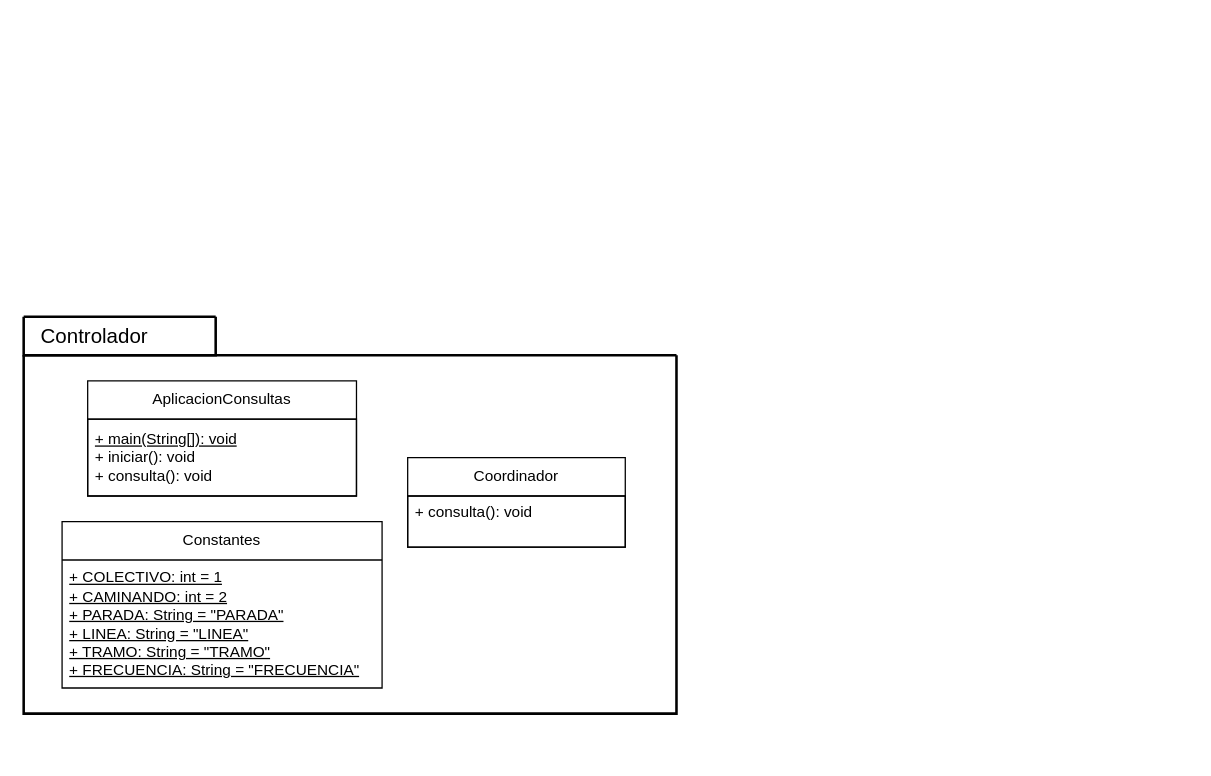
The draw.io diagram src/colectivo/doc/uml/drawio/colectivo.controlador.drawio in AverageZeko/POO-colectivos, before the edit. Source tidied: cells renumbered, new cells numbered last; positions are measured from the earlier drawing's top-left corner, leaving out a move shared by most shapes. Both pictures are drawn from the tidied source at 128%, with x=0, y=0 at pixel (23, 316).
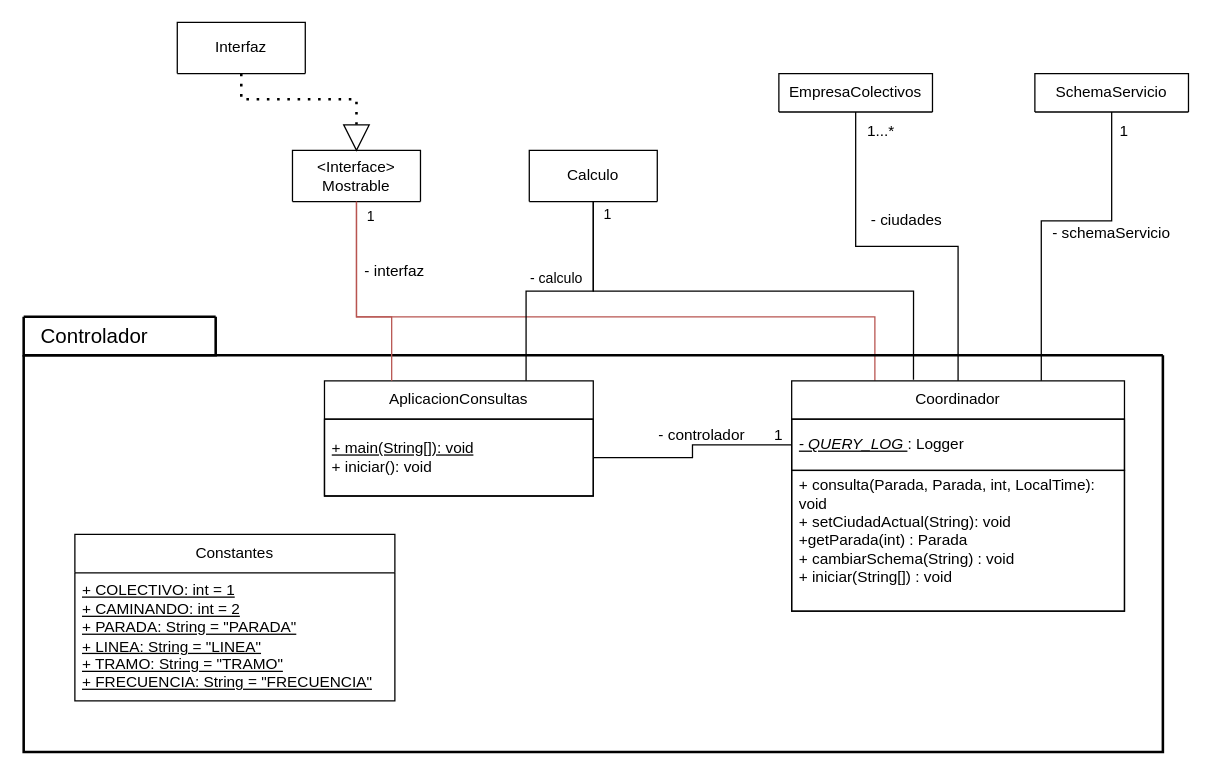
The same page after the edit.

The edit, as a diff of the source:
```diff
@@
+    <mxCell id="11" style="endArrow=none;html=1;rounded=0;entryX=0.5;entryY=1;entryDx=0;entryDy=0;exitX=0.25;exitY=0;exitDx=0;exitDy=0;edgeStyle=orthogonalEdgeStyle;fillColor=#f8cecc;strokeColor=#b85450;" parent="1" edge="1" source="7" target="16">
+      <mxGeometry relative="1" as="geometry">
+        <Array as="points">
+          <mxPoint x="665" />
+          <mxPoint x="260" />
+        </Array>
+      </mxGeometry>
+    </mxCell>
     <mxCell id="2" style="swimlane;startSize=0;align=center;strokeWidth=2;" parent="1" vertex="1">
-      <mxGeometry y="30" width="510" height="280" as="geometry" />
+      <mxGeometry y="30" width="890" height="310" as="geometry" />
     </mxCell>
     <mxCell id="3" value="AplicacionConsultas" style="swimlane;fontStyle=0;horizontal=1;startSize=30;whiteSpace=wrap;html=1;" parent="2" vertex="1">
-      <mxGeometry x="50" y="20" width="210" height="90" as="geometry" />
+      <mxGeometry x="235" y="20" width="210" height="90" as="geometry" />
     </mxCell>
-    <mxCell id="4" value="&lt;div&gt;&lt;u&gt;+ main(String[]): void&lt;/u&gt;&lt;/div&gt;&lt;div&gt;+ iniciar(): void&lt;/div&gt;&lt;div&gt;+ consulta(): void&lt;/div&gt;" style="text;strokeColor=default;fillColor=none;align=left;verticalAlign=middle;spacingLeft=4;spacingRight=4;overflow=hidden;points=[[0,0.5],[1,0.5]];portConstraint=eastwest;whiteSpace=wrap;html=1;" parent="3" vertex="1">
+    <mxCell id="4" value="&lt;div&gt;&lt;u&gt;+ main(String[]): void&lt;/u&gt;&lt;/div&gt;&lt;div&gt;+ iniciar(): void&lt;/div&gt;" style="text;strokeColor=default;fillColor=none;align=left;verticalAlign=middle;spacingLeft=4;spacingRight=4;overflow=hidden;points=[[0,0.5],[1,0.5]];portConstraint=eastwest;whiteSpace=wrap;html=1;" parent="3" vertex="1">
       <mxGeometry y="30" width="210" height="60" as="geometry" />
     </mxCell>
     <mxCell id="5" value="Constantes" style="swimlane;fontStyle=0;horizontal=1;startSize=30;whiteSpace=wrap;html=1;" parent="2" vertex="1">
-      <mxGeometry x="30" y="130" width="250" height="130" as="geometry" />
+      <mxGeometry x="40" y="140" width="250" height="130" as="geometry" />
     </mxCell>
@@
     <mxCell id="7" value="Coordinador" style="swimlane;fontStyle=0;horizontal=1;startSize=30;whiteSpace=wrap;html=1;" parent="2" vertex="1">
-      <mxGeometry x="300" y="80" width="170" height="70" as="geometry" />
+      <mxGeometry x="600" y="20" width="260" height="180" as="geometry" />
     </mxCell>
+    <mxCell id="12" value="&lt;div&gt;&lt;u&gt;&lt;i&gt;- QUERY_LOG&amp;nbsp;&lt;/i&gt;&lt;/u&gt;: Logger&lt;/div&gt;" style="text;strokeColor=default;fillColor=none;align=left;verticalAlign=middle;spacingLeft=4;spacingRight=4;overflow=hidden;points=[[0,0.5],[1,0.5]];portConstraint=eastwest;whiteSpace=wrap;html=1;" parent="7" vertex="1">
+      <mxGeometry y="30" width="260" height="40" as="geometry" />
+    </mxCell>
-    <mxCell id="8" value="+ consulta(): void&lt;div&gt;&lt;br&gt;&lt;/div&gt;" style="text;strokeColor=default;fillColor=none;align=left;verticalAlign=middle;spacingLeft=4;spacingRight=4;overflow=hidden;whiteSpace=wrap;html=1;" parent="7" vertex="1">
-      <mxGeometry y="30" width="170" height="40" as="geometry" />
+    <mxCell id="8" value="&lt;div&gt;+ consulta(Parada, Parada, int, LocalTime): void&lt;/div&gt;&lt;div&gt;+ setCiudadActual(String): void&lt;/div&gt;&lt;div&gt;+getParada(int) : Parada&lt;/div&gt;&lt;div&gt;+ cambiarSchema(String) : void&lt;/div&gt;&lt;div&gt;+ iniciar(String[]) : void&lt;/div&gt;&lt;div&gt;&lt;br&gt;&lt;/div&gt;" style="text;strokeColor=default;fillColor=none;align=left;verticalAlign=middle;spacingLeft=4;spacingRight=4;overflow=hidden;whiteSpace=wrap;html=1;" parent="7" vertex="1">
+      <mxGeometry y="70" width="260" height="110" as="geometry" />
     </mxCell>
+    <mxCell id="13" style="endArrow=none;html=1;rounded=0;entryX=0;entryY=0.5;entryDx=0;entryDy=0;exitX=1;exitY=0.5;exitDx=0;exitDy=0;edgeStyle=orthogonalEdgeStyle;" parent="2" edge="1" source="4" target="12">
+      <mxGeometry relative="1" as="geometry" />
+    </mxCell>
+    <mxCell id="14" value="1" style="text;html=1;whiteSpace=wrap;strokeColor=none;fillColor=none;align=center;verticalAlign=middle;rounded=0;" parent="2" vertex="1">
+      <mxGeometry x="560" y="48" width="60" height="30" as="geometry" />
+    </mxCell>
+    <mxCell id="15" value="- controlador" style="text;html=1;whiteSpace=wrap;strokeColor=none;fillColor=none;align=center;verticalAlign=middle;rounded=0;" parent="2" vertex="1">
+      <mxGeometry x="490" y="48" width="80" height="30" as="geometry" />
+    </mxCell>
@@
+    <mxCell id="16" value="&amp;lt;Interface&amp;gt;&lt;div&gt;Mostrable&lt;/div&gt;" style="swimlane;fontStyle=0;horizontal=1;startSize=90;whiteSpace=wrap;html=1;" parent="1" vertex="1">
+      <mxGeometry x="210" y="-130" width="100" height="40" as="geometry" />
+    </mxCell>
+    <mxCell id="17" value="Calculo" style="swimlane;fontStyle=0;horizontal=1;startSize=90;whiteSpace=wrap;html=1;" parent="1" vertex="1">
+      <mxGeometry x="395" y="-130" width="100" height="40" as="geometry" />
+    </mxCell>
+    <mxCell id="18" style="endArrow=none;html=1;rounded=0;entryX=0.5;entryY=1;entryDx=0;entryDy=0;exitX=0.25;exitY=0;exitDx=0;exitDy=0;edgeStyle=orthogonalEdgeStyle;fillColor=#f8cecc;strokeColor=#b85450;" parent="1" edge="1" source="3" target="16">
+      <mxGeometry relative="1" as="geometry">
+        <Array as="points">
+          <mxPoint x="288" />
+          <mxPoint x="260" />
+        </Array>
+      </mxGeometry>
+    </mxCell>
+    <mxCell id="19" value="1" style="edgeLabel;html=1;align=center;verticalAlign=middle;" parent="18" vertex="1">
+      <mxGeometry x="0.83" relative="1" as="geometry">
+        <mxPoint x="10" y="-3" as="offset" />
+      </mxGeometry>
+    </mxCell>
+    <mxCell id="20" value="Interfaz" style="swimlane;fontStyle=0;horizontal=1;startSize=90;whiteSpace=wrap;html=1;" parent="1" vertex="1">
+      <mxGeometry x="120" y="-230" width="100" height="40" as="geometry" />
+    </mxCell>
+    <mxCell id="21" style="endArrow=none;dashed=1;html=1;dashPattern=1 3;strokeWidth=2;rounded=0;entryX=0.5;entryY=1;entryDx=0;entryDy=0;exitX=0;exitY=0.5;exitDx=0;exitDy=0;edgeStyle=orthogonalEdgeStyle;" parent="1" edge="1" source="25" target="20">
+      <mxGeometry relative="1" as="geometry" />
+    </mxCell>
+    <mxCell id="22" style="endArrow=none;html=1;rounded=0;entryX=0.5;entryY=1;entryDx=0;entryDy=0;exitX=0.75;exitY=0;exitDx=0;exitDy=0;edgeStyle=orthogonalEdgeStyle;" parent="1" edge="1" source="3" target="17">
+      <mxGeometry relative="1" as="geometry">
+        <Array as="points">
+          <mxPoint x="393" y="-20" />
+          <mxPoint x="445" y="-20" />
+        </Array>
+      </mxGeometry>
+    </mxCell>
+    <mxCell id="23" value="1" style="edgeLabel;html=1;align=center;verticalAlign=middle;" parent="22" vertex="1">
+      <mxGeometry x="0.9" relative="1" as="geometry">
+        <mxPoint x="10" as="offset" />
+      </mxGeometry>
+    </mxCell>
+    <mxCell id="24" value="- calculo" style="edgeLabel;html=1;align=center;verticalAlign=middle;" parent="22" vertex="1">
+      <mxGeometry x="0.58" relative="1" as="geometry">
+        <mxPoint x="-30" y="19" as="offset" />
+      </mxGeometry>
+    </mxCell>
+    <mxCell id="25" style="triangle;whiteSpace=wrap;html=1;direction=south;" parent="1" vertex="1">
+      <mxGeometry x="250" y="-150" width="20" height="20" as="geometry" />
+    </mxCell>
+    <mxCell id="26" value="- interfaz" style="text;html=1;whiteSpace=wrap;strokeColor=none;fillColor=none;align=center;verticalAlign=middle;rounded=0;" parent="1" vertex="1">
+      <mxGeometry x="260" y="-50" width="60" height="30" as="geometry" />
+    </mxCell>
+    <mxCell id="27" style="endArrow=none;html=1;rounded=0;exitX=0.366;exitY=-0.005;exitDx=0;exitDy=0;edgeStyle=orthogonalEdgeStyle;entryX=0.5;entryY=1;entryDx=0;entryDy=0;exitPerimeter=0;" parent="1" edge="1" source="7" target="17">
+      <mxGeometry relative="1" as="geometry">
+        <Array as="points">
+          <mxPoint x="695" y="-20" />
+          <mxPoint x="445" y="-20" />
+        </Array>
+      </mxGeometry>
+    </mxCell>
+    <mxCell id="28" value="EmpresaColectivos" style="swimlane;fontStyle=0;horizontal=1;startSize=90;whiteSpace=wrap;html=1;" parent="1" vertex="1">
+      <mxGeometry x="590" y="-190" width="120" height="30" as="geometry" />
+    </mxCell>
+    <mxCell id="29" value="SchemaServicio" style="swimlane;fontStyle=0;horizontal=1;startSize=90;whiteSpace=wrap;html=1;" parent="1" vertex="1">
+      <mxGeometry x="790" y="-190" width="120" height="30" as="geometry" />
+    </mxCell>
+    <mxCell id="30" style="endArrow=none;html=1;rounded=0;entryX=0.5;entryY=1;entryDx=0;entryDy=0;exitX=0.5;exitY=0;exitDx=0;exitDy=0;edgeStyle=orthogonalEdgeStyle;" parent="1" edge="1" source="7" target="28">
+      <mxGeometry relative="1" as="geometry" />
+    </mxCell>
+    <mxCell id="31" style="endArrow=none;html=1;rounded=0;entryX=0.5;entryY=1;entryDx=0;entryDy=0;exitX=0.75;exitY=0;exitDx=0;exitDy=0;edgeStyle=orthogonalEdgeStyle;" parent="1" edge="1" source="7" target="29">
+      <mxGeometry relative="1" as="geometry">
+        <Array as="points">
+          <mxPoint x="795" y="-75" />
+          <mxPoint x="850" y="-75" />
+        </Array>
+      </mxGeometry>
+    </mxCell>
+    <mxCell id="32" value="1...*" style="text;html=1;whiteSpace=wrap;strokeColor=none;fillColor=none;align=center;verticalAlign=middle;rounded=0;" parent="1" vertex="1">
+      <mxGeometry x="640" y="-160" width="60" height="30" as="geometry" />
+    </mxCell>
+    <mxCell id="33" value="1" style="text;html=1;whiteSpace=wrap;strokeColor=none;fillColor=none;align=center;verticalAlign=middle;rounded=0;" parent="1" vertex="1">
+      <mxGeometry x="830" y="-160" width="60" height="30" as="geometry" />
+    </mxCell>
+    <mxCell id="34" value="- ciudades" style="text;html=1;whiteSpace=wrap;strokeColor=none;fillColor=none;align=center;verticalAlign=middle;rounded=0;" parent="1" vertex="1">
+      <mxGeometry x="660" y="-90" width="60" height="30" as="geometry" />
+    </mxCell>
+    <mxCell id="35" value="- schemaServicio" style="text;html=1;whiteSpace=wrap;strokeColor=none;fillColor=none;align=center;verticalAlign=middle;rounded=0;" parent="1" vertex="1">
+      <mxGeometry x="795" y="-80" width="110" height="30" as="geometry" />
+    </mxCell>
```
